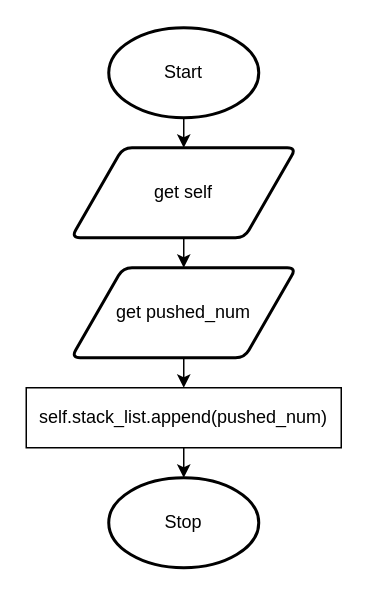
Above: drawio/push.drawio in Aidan-Lalonde-Novales/ics4u-unit2-01-typescript (draw.io), before the change. Source tidied: cells renumbered, new cells numbered last; positions are measured from the earlier drawing's top-left corner, leaving out a move shared by most shapes. Both pictures are drawn from the tidied source at 150%, with x=0, y=0 at pixel (26, 27).
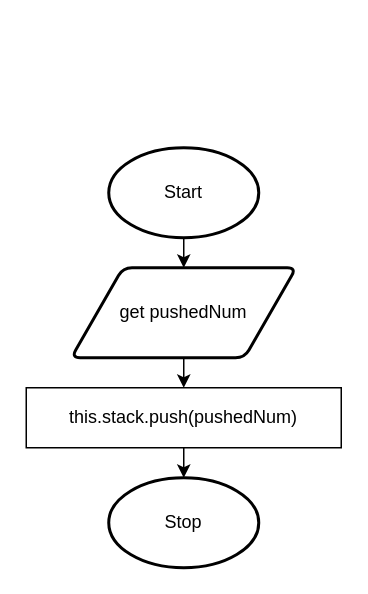
After the change.

Diff of the diagram source:
```diff
@@
 <mxGraphModel>
   <root>
     <mxCell id="0" />
     <mxCell id="1" parent="0" />
-    <mxCell id="2" style="edgeStyle=none;html=1;exitX=0.5;exitY=1;exitDx=0;exitDy=0;exitPerimeter=0;entryX=0.5;entryY=0;entryDx=0;entryDy=0;" parent="1" edge="1" source="3" target="10">
-      <mxGeometry relative="1" as="geometry" />
-    </mxCell>
     <mxCell id="3" value="Start" style="strokeWidth=2;html=1;shape=mxgraph.flowchart.start_1;whiteSpace=wrap;" parent="1" vertex="1">
-      <mxGeometry x="55" width="100" height="60" as="geometry" />
+      <mxGeometry x="55" y="80" width="100" height="60" as="geometry" />
     </mxCell>
     <mxCell id="4" style="edgeStyle=none;html=1;exitX=0.5;exitY=1;exitDx=0;exitDy=0;entryX=0.5;entryY=0;entryDx=0;entryDy=0;" parent="1" edge="1" source="5" target="8">
       <mxGeometry relative="1" as="geometry" />
     </mxCell>
-    <mxCell id="5" value="get pushed_num" style="shape=parallelogram;html=1;strokeWidth=2;perimeter=parallelogramPerimeter;whiteSpace=wrap;rounded=1;arcSize=12;size=0.23;" parent="1" vertex="1">
+    <mxCell id="5" value="get pushedNum" style="shape=parallelogram;html=1;strokeWidth=2;perimeter=parallelogramPerimeter;whiteSpace=wrap;rounded=1;arcSize=12;size=0.23;" parent="1" vertex="1">
       <mxGeometry x="30" y="160" width="150" height="60" as="geometry" />
     </mxCell>
     <mxCell id="6" value="Stop" style="strokeWidth=2;html=1;shape=mxgraph.flowchart.start_1;whiteSpace=wrap;" parent="1" vertex="1">
       <mxGeometry x="55" y="300" width="100" height="60" as="geometry" />
     </mxCell>
     <mxCell id="7" style="edgeStyle=none;html=1;exitX=0.5;exitY=1;exitDx=0;exitDy=0;entryX=0.5;entryY=0;entryDx=0;entryDy=0;entryPerimeter=0;" parent="1" edge="1" source="8" target="6">
       <mxGeometry relative="1" as="geometry" />
     </mxCell>
-    <mxCell id="8" value="self.stack_list.append(pushed_num)" style="rounded=0;whiteSpace=wrap;html=1;" parent="1" vertex="1">
+    <mxCell id="8" value="this.stack.push(pushedNum)" style="rounded=0;whiteSpace=wrap;html=1;" parent="1" vertex="1">
       <mxGeometry y="240" width="210" height="40" as="geometry" />
     </mxCell>
-    <mxCell id="9" style="edgeStyle=none;html=1;exitX=0.5;exitY=1;exitDx=0;exitDy=0;entryX=0.5;entryY=0;entryDx=0;entryDy=0;" parent="1" edge="1" source="10" target="5">
-      <mxGeometry relative="1" as="geometry" />
+    <mxCell id="9" style="edgeStyle=none;html=1;exitX=0.5;exitY=1;exitDx=0;exitDy=0;entryX=0.5;entryY=0;entryDx=0;entryDy=0;" parent="1" edge="1" target="5">
+      <mxGeometry relative="1" as="geometry">
+        <mxPoint x="105" y="140" as="sourcePoint" />
+      </mxGeometry>
     </mxCell>
-    <mxCell id="10" value="get self" style="shape=parallelogram;html=1;strokeWidth=2;perimeter=parallelogramPerimeter;whiteSpace=wrap;rounded=1;arcSize=12;size=0.23;" parent="1" vertex="1">
-      <mxGeometry x="30" y="80" width="150" height="60" as="geometry" />
-    </mxCell>
   </root>
 </mxGraphModel>
```
